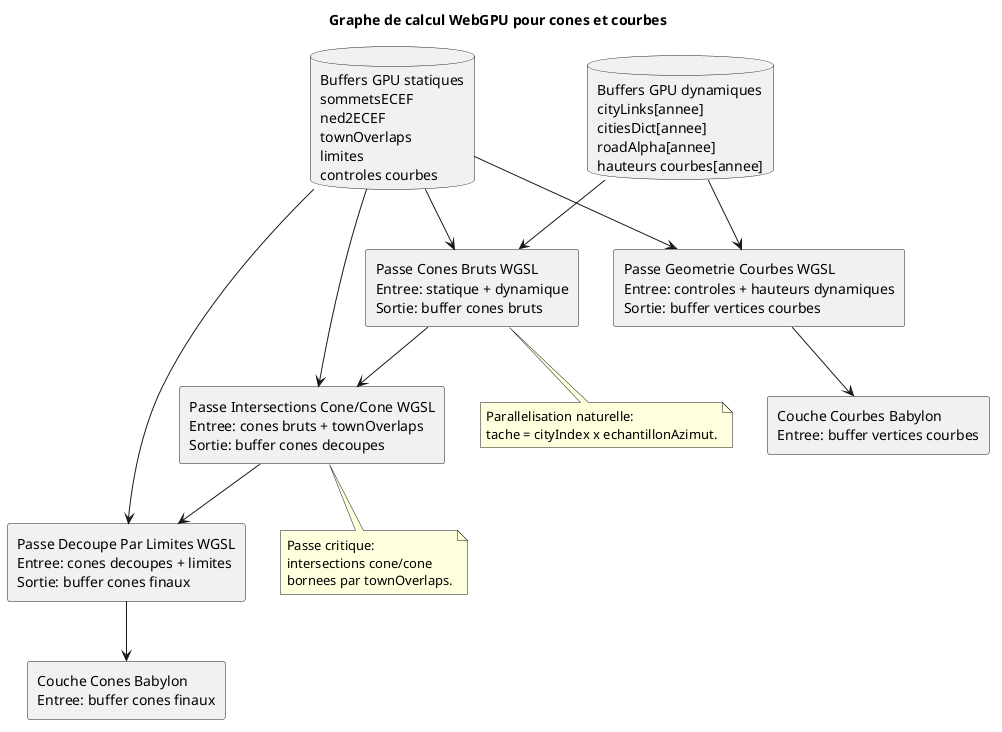
This is docs/diagrams/precompute/05-webgpu-compute-graph.png from kaktus40/shriveling_world, a PlantUML export, as it was before one commit.
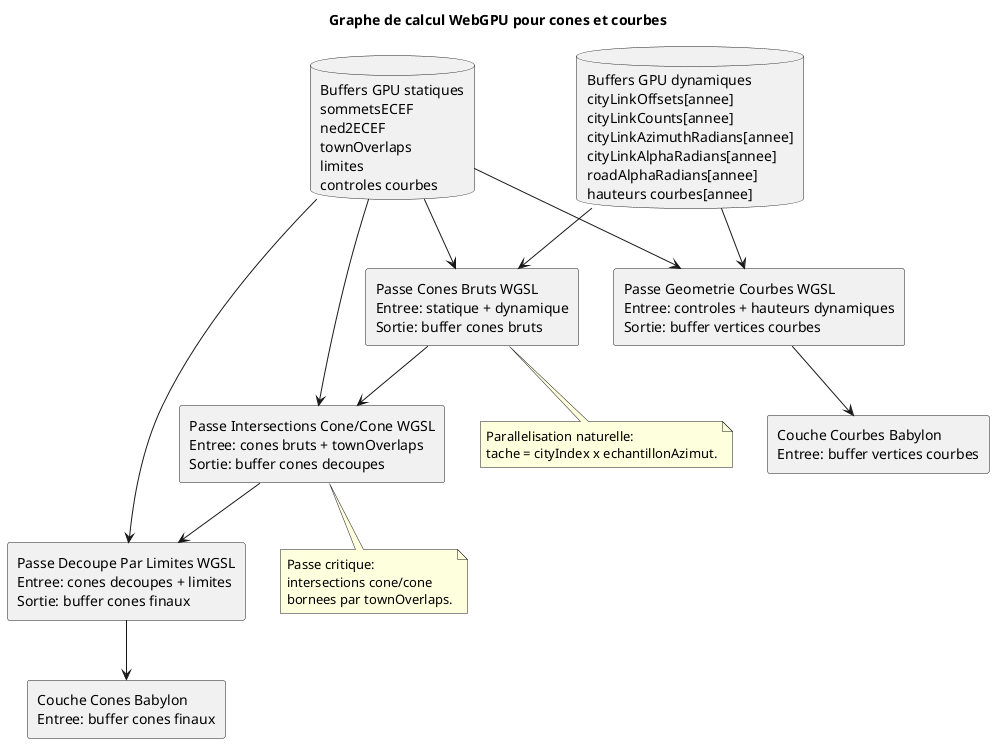
The same diagram one commit later.

The edit, as a diff of the source:
```diff
@@ -4,7 +4,7 @@
 skinparam componentStyle rectangle
 
 database "Buffers GPU statiques\nsommetsECEF\nned2ECEF\ntownOverlaps\nlimites\ncontroles courbes" as staticBuffers
-database "Buffers GPU dynamiques\ncityLinks[annee]\ncitiesDict[annee]\nroadAlpha[annee]\nhauteurs courbes[annee]" as dynamicBuffers
+database "Buffers GPU dynamiques\ncityLinkOffsets[annee]\ncityLinkCounts[annee]\ncityLinkAzimuthRadians[annee]\ncityLinkAlphaRadians[annee]\nroadAlphaRadians[annee]\nhauteurs courbes[annee]" as dynamicBuffers
 
 component "Passe Cones Bruts WGSL\nEntree: statique + dynamique\nSortie: buffer cones bruts" as raw
 component "Passe Intersections Cone/Cone WGSL\nEntree: cones bruts + townOverlaps\nSortie: buffer cones decoupes" as ciseled
```
